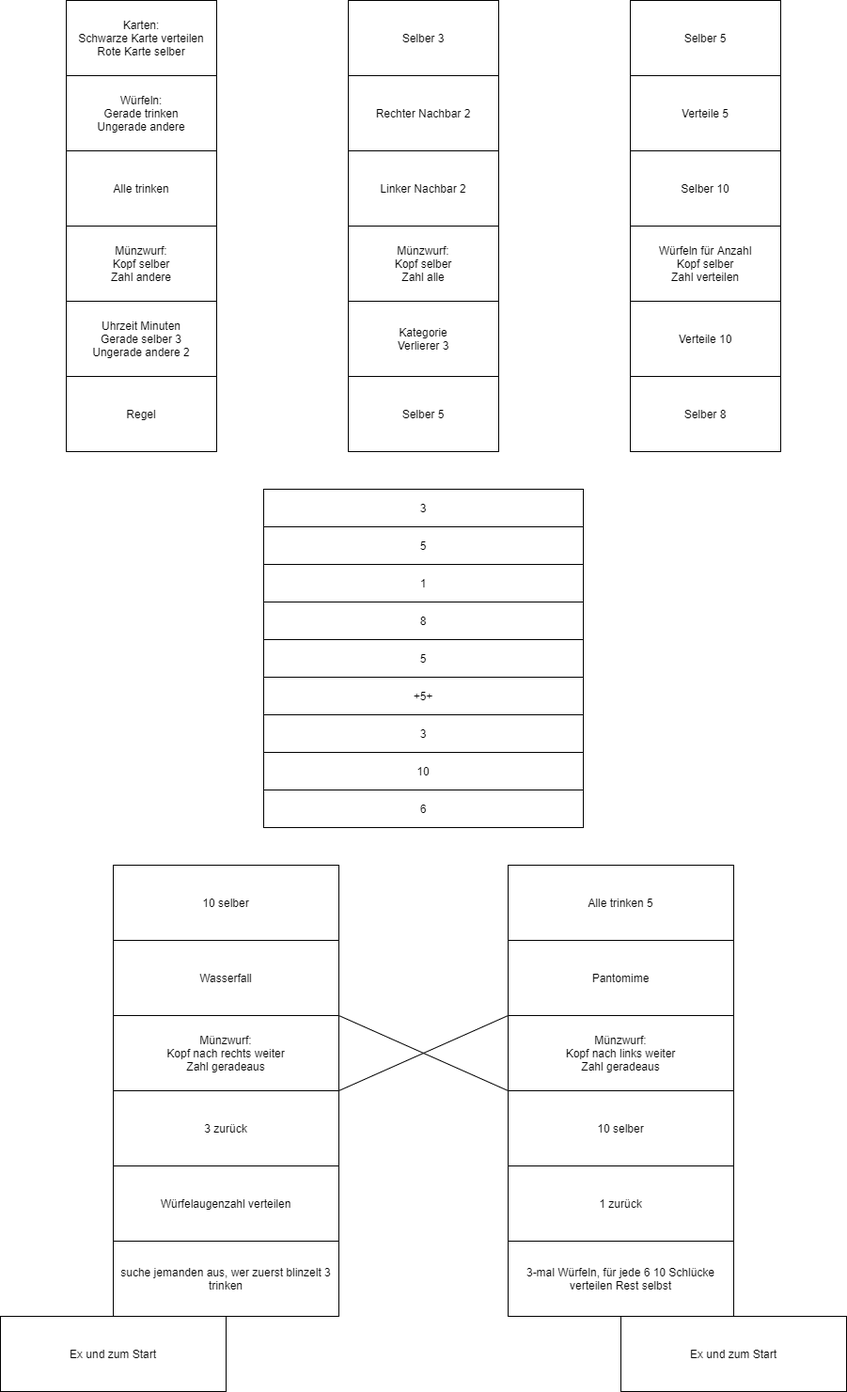
nokaris/nokaris.github.io keeps this draw.io diagram as Untitled Diagram.png. Above is the earlier version. Source tidied: cells renumbered, new cells last; positions are measured from the earlier drawing's top-left corner, leaving out a move shared by most shapes. The source it was exported from:
```xml
<mxGraphModel>
  <root>
    <mxCell id="0" />
    <mxCell id="1" parent="0" />
    <mxCell id="2" value="Karten:&lt;br&gt;Schwarze Karte verteilen&lt;br&gt;Rote Karte selber" style="rounded=0;whiteSpace=wrap;html=1;" parent="1" vertex="1">
      <mxGeometry x="70" width="160" height="80" as="geometry" />
    </mxCell>
    <mxCell id="3" value="Selber 5" style="rounded=0;whiteSpace=wrap;html=1;" parent="1" vertex="1">
      <mxGeometry x="670" width="160" height="80" as="geometry" />
    </mxCell>
    <mxCell id="4" value="Selber 3" style="rounded=0;whiteSpace=wrap;html=1;" parent="1" vertex="1">
      <mxGeometry x="370" width="160" height="80" as="geometry" />
    </mxCell>
    <mxCell id="5" value="Würfeln:&lt;br&gt;Gerade trinken&lt;br&gt;Ungerade andere" style="rounded=0;whiteSpace=wrap;html=1;" parent="1" vertex="1">
      <mxGeometry x="70" y="80" width="160" height="80" as="geometry" />
    </mxCell>
    <mxCell id="6" value="Alle trinken" style="rounded=0;whiteSpace=wrap;html=1;" parent="1" vertex="1">
      <mxGeometry x="70" y="160" width="160" height="80" as="geometry" />
    </mxCell>
    <mxCell id="7" value="Münzwurf:&lt;br&gt;Kopf selber&lt;br&gt;Zahl andere" style="rounded=0;whiteSpace=wrap;html=1;" parent="1" vertex="1">
      <mxGeometry x="70" y="240" width="160" height="80" as="geometry" />
    </mxCell>
    <mxCell id="8" value="Uhrzeit Minuten&lt;br&gt;Gerade selber 3&lt;br&gt;Ungerade andere 2" style="rounded=0;whiteSpace=wrap;html=1;" parent="1" vertex="1">
      <mxGeometry x="70" y="320" width="160" height="80" as="geometry" />
    </mxCell>
    <mxCell id="9" value="Regel" style="rounded=0;whiteSpace=wrap;html=1;" parent="1" vertex="1">
      <mxGeometry x="70" y="400" width="160" height="80" as="geometry" />
    </mxCell>
    <mxCell id="10" value="Rechter Nachbar 2" style="rounded=0;whiteSpace=wrap;html=1;" parent="1" vertex="1">
      <mxGeometry x="370" y="80" width="160" height="80" as="geometry" />
    </mxCell>
    <mxCell id="11" value="Linker Nachbar 2" style="rounded=0;whiteSpace=wrap;html=1;" parent="1" vertex="1">
      <mxGeometry x="370" y="160" width="160" height="80" as="geometry" />
    </mxCell>
    <mxCell id="12" value="Münzwurf:&lt;br&gt;Kopf selber&lt;br&gt;Zahl alle" style="rounded=0;whiteSpace=wrap;html=1;" parent="1" vertex="1">
      <mxGeometry x="370" y="240" width="160" height="80" as="geometry" />
    </mxCell>
    <mxCell id="13" value="Kategorie&lt;br&gt;Verlierer 3" style="rounded=0;whiteSpace=wrap;html=1;" parent="1" vertex="1">
      <mxGeometry x="370" y="320" width="160" height="80" as="geometry" />
    </mxCell>
    <mxCell id="14" value="Selber 5" style="rounded=0;whiteSpace=wrap;html=1;" parent="1" vertex="1">
      <mxGeometry x="370" y="400" width="160" height="80" as="geometry" />
    </mxCell>
    <mxCell id="15" value="Verteile 5" style="rounded=0;whiteSpace=wrap;html=1;" parent="1" vertex="1">
      <mxGeometry x="670" y="80" width="160" height="80" as="geometry" />
    </mxCell>
    <mxCell id="16" value="Selber 10" style="rounded=0;whiteSpace=wrap;html=1;" parent="1" vertex="1">
      <mxGeometry x="670" y="160" width="160" height="80" as="geometry" />
    </mxCell>
    <mxCell id="17" value="Würfeln für Anzahl&lt;br&gt;Kopf selber&lt;br&gt;Zahl verteilen" style="rounded=0;whiteSpace=wrap;html=1;" parent="1" vertex="1">
      <mxGeometry x="670" y="240" width="160" height="80" as="geometry" />
    </mxCell>
    <mxCell id="18" value="Verteile 10" style="rounded=0;whiteSpace=wrap;html=1;" parent="1" vertex="1">
      <mxGeometry x="670" y="320" width="160" height="80" as="geometry" />
    </mxCell>
    <mxCell id="19" value="Selber 8" style="rounded=0;whiteSpace=wrap;html=1;" parent="1" vertex="1">
      <mxGeometry x="670" y="400" width="160" height="80" as="geometry" />
    </mxCell>
    <mxCell id="20" value="3" style="rounded=0;whiteSpace=wrap;html=1;" parent="1" vertex="1">
      <mxGeometry x="280" y="520" width="340" height="40" as="geometry" />
    </mxCell>
    <mxCell id="21" value="5" style="rounded=0;whiteSpace=wrap;html=1;" parent="1" vertex="1">
      <mxGeometry x="280" y="560" width="340" height="40" as="geometry" />
    </mxCell>
    <mxCell id="22" value="1" style="rounded=0;whiteSpace=wrap;html=1;" parent="1" vertex="1">
      <mxGeometry x="280" y="600" width="340" height="40" as="geometry" />
    </mxCell>
    <mxCell id="23" value="8" style="rounded=0;whiteSpace=wrap;html=1;" parent="1" vertex="1">
      <mxGeometry x="280" y="640" width="340" height="40" as="geometry" />
    </mxCell>
    <mxCell id="24" value="5" style="rounded=0;whiteSpace=wrap;html=1;" parent="1" vertex="1">
      <mxGeometry x="280" y="680" width="340" height="40" as="geometry" />
    </mxCell>
    <mxCell id="25" value="+5+" style="rounded=0;whiteSpace=wrap;html=1;" parent="1" vertex="1">
      <mxGeometry x="280" y="720" width="340" height="40" as="geometry" />
    </mxCell>
    <mxCell id="26" value="3" style="rounded=0;whiteSpace=wrap;html=1;" parent="1" vertex="1">
      <mxGeometry x="280" y="760" width="340" height="40" as="geometry" />
    </mxCell>
    <mxCell id="27" value="10" style="rounded=0;whiteSpace=wrap;html=1;" parent="1" vertex="1">
      <mxGeometry x="280" y="800" width="340" height="40" as="geometry" />
    </mxCell>
    <mxCell id="28" value="6" style="rounded=0;whiteSpace=wrap;html=1;" parent="1" vertex="1">
      <mxGeometry x="280" y="840" width="340" height="40" as="geometry" />
    </mxCell>
    <mxCell id="29" value="10 selber" style="rounded=0;whiteSpace=wrap;html=1;" parent="1" vertex="1">
      <mxGeometry x="120" y="920" width="240" height="80" as="geometry" />
    </mxCell>
    <mxCell id="30" value="Wasserfall" style="rounded=0;whiteSpace=wrap;html=1;" parent="1" vertex="1">
      <mxGeometry x="120" y="1000" width="240" height="80" as="geometry" />
    </mxCell>
    <mxCell id="31" value="&lt;span&gt;Münzwurf:&lt;/span&gt;&lt;br&gt;&lt;span&gt;Kopf nach rechts weiter&lt;/span&gt;&lt;br&gt;&lt;span&gt;Zahl geradeaus&lt;/span&gt;" style="rounded=0;whiteSpace=wrap;html=1;" parent="1" vertex="1">
      <mxGeometry x="120" y="1080" width="240" height="80" as="geometry" />
    </mxCell>
    <mxCell id="32" value="3 zurück" style="rounded=0;whiteSpace=wrap;html=1;" parent="1" vertex="1">
      <mxGeometry x="120" y="1160" width="240" height="80" as="geometry" />
    </mxCell>
    <mxCell id="33" value="Würfelaugenzahl verteilen" style="rounded=0;whiteSpace=wrap;html=1;" parent="1" vertex="1">
      <mxGeometry x="120" y="1240" width="240" height="80" as="geometry" />
    </mxCell>
    <mxCell id="34" value="suche jemanden aus, wer zuerst blinzelt 3 trinken" style="rounded=0;whiteSpace=wrap;html=1;" parent="1" vertex="1">
      <mxGeometry x="120" y="1320" width="240" height="80" as="geometry" />
    </mxCell>
    <mxCell id="35" value="&lt;span&gt;Ex und zum Start&lt;/span&gt;" style="rounded=0;whiteSpace=wrap;html=1;" parent="1" vertex="1">
      <mxGeometry y="1400" width="240" height="80" as="geometry" />
    </mxCell>
    <mxCell id="36" value="Alle trinken 5" style="rounded=0;whiteSpace=wrap;html=1;" parent="1" vertex="1">
      <mxGeometry x="540" y="920" width="240" height="80" as="geometry" />
    </mxCell>
    <mxCell id="37" value="Pantomime" style="rounded=0;whiteSpace=wrap;html=1;" parent="1" vertex="1">
      <mxGeometry x="540" y="1000" width="240" height="80" as="geometry" />
    </mxCell>
    <mxCell id="38" value="Münzwurf:&lt;br&gt;Kopf nach links weiter&lt;br&gt;Zahl geradeaus" style="rounded=0;whiteSpace=wrap;html=1;" parent="1" vertex="1">
      <mxGeometry x="540" y="1080" width="240" height="80" as="geometry" />
    </mxCell>
    <mxCell id="39" value="10 selber" style="rounded=0;whiteSpace=wrap;html=1;" parent="1" vertex="1">
      <mxGeometry x="540" y="1160" width="240" height="80" as="geometry" />
    </mxCell>
    <mxCell id="40" value="1 zurück" style="rounded=0;whiteSpace=wrap;html=1;" parent="1" vertex="1">
      <mxGeometry x="540" y="1240" width="240" height="80" as="geometry" />
    </mxCell>
    <mxCell id="41" value="3-mal Würfeln, für jede 6 10 Schlücke verteilen Rest selbst" style="rounded=0;whiteSpace=wrap;html=1;" parent="1" vertex="1">
      <mxGeometry x="540" y="1320" width="240" height="80" as="geometry" />
    </mxCell>
    <mxCell id="42" value="Ex und zum Start" style="rounded=0;whiteSpace=wrap;html=1;" parent="1" vertex="1">
      <mxGeometry x="660" y="1400" width="240" height="80" as="geometry" />
    </mxCell>
    <mxCell id="43" style="triangle;whiteSpace=wrap;html=1;" parent="1" vertex="1">
      <mxGeometry x="360" y="1080" width="90" height="80" as="geometry" />
    </mxCell>
    <mxCell id="44" style="triangle;whiteSpace=wrap;html=1;rotation=-180;" parent="1" vertex="1">
      <mxGeometry x="450" y="1080" width="90" height="80" as="geometry" />
    </mxCell>
  </root>
</mxGraphModel>
```
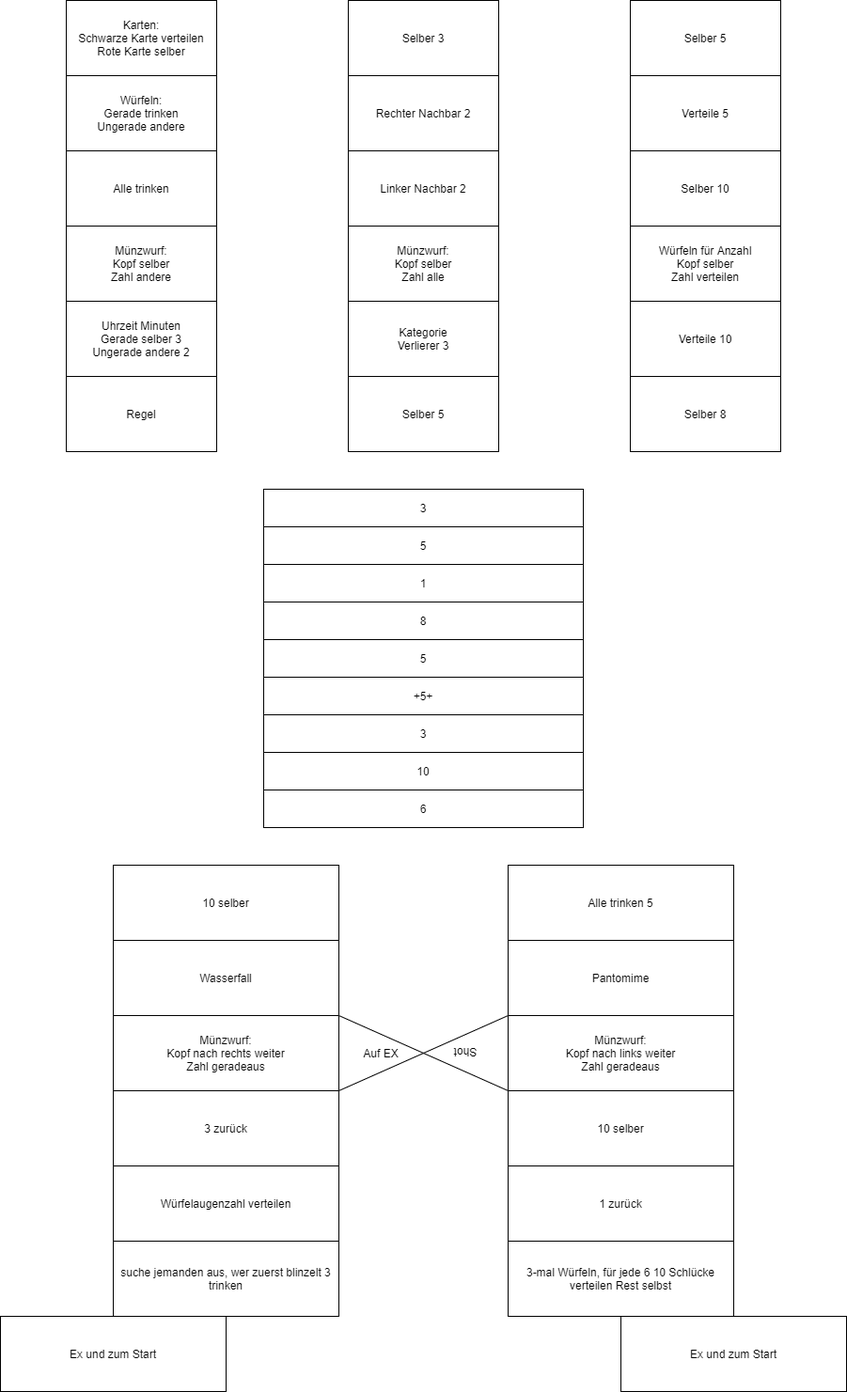
After the commit.

The edit, as a diff of the source:
```diff
@@ -125,10 +125,10 @@
     <mxCell id="42" value="Ex und zum Start" style="rounded=0;whiteSpace=wrap;html=1;" parent="1" vertex="1">
       <mxGeometry x="660" y="1400" width="240" height="80" as="geometry" />
     </mxCell>
-    <mxCell id="43" style="triangle;whiteSpace=wrap;html=1;" parent="1" vertex="1">
+    <mxCell id="43" value="Auf EX" style="triangle;whiteSpace=wrap;html=1;" parent="1" vertex="1">
       <mxGeometry x="360" y="1080" width="90" height="80" as="geometry" />
     </mxCell>
-    <mxCell id="44" style="triangle;whiteSpace=wrap;html=1;rotation=-180;" parent="1" vertex="1">
+    <mxCell id="44" value="Shot" style="triangle;whiteSpace=wrap;html=1;rotation=-180;" parent="1" vertex="1">
       <mxGeometry x="450" y="1080" width="90" height="80" as="geometry" />
     </mxCell>
   </root>
```
